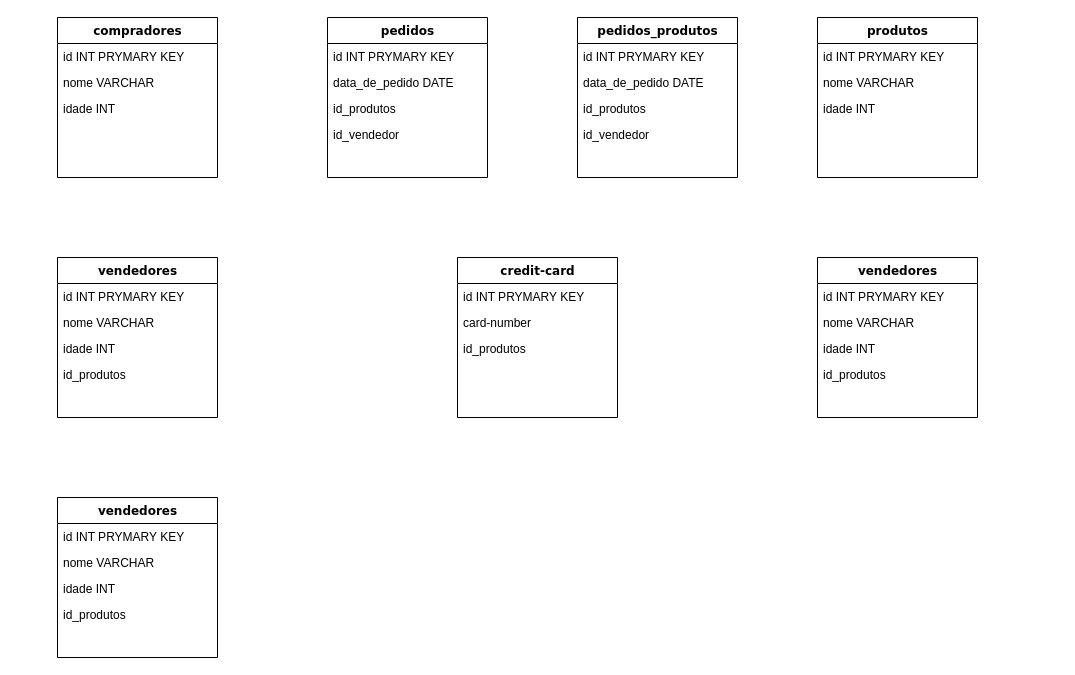
Above: Banco-de-dados.drawio in ryujoao/tdp-site (draw.io), before the change. Source tidied: cells renumbered, new cells numbered last; positions are measured from the earlier drawing's top-left corner, leaving out a move shared by most shapes. Both pictures are drawn from the tidied source at 100%, with x=0, y=0 at pixel (57, 17).
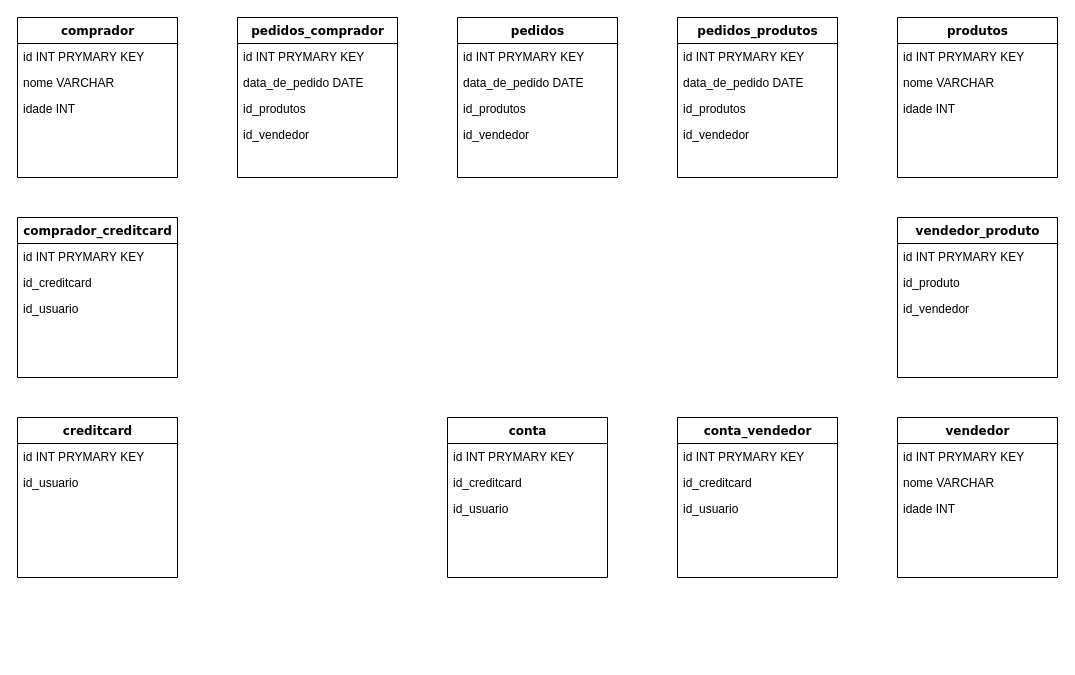
After the change.

Change to the diagram source:
```diff
@@
-    <mxCell id="2" value="compradores" style="swimlane;html=1;fontStyle=1;align=center;verticalAlign=top;horizontal=1;startSize=26;swimlaneFillColor=#ffffff;rounded=0;shadow=0;comic=0;labelBackgroundColor=none;strokeWidth=1;fillColor=none;fontFamily=Verdana;fontSize=12;" parent="1" vertex="1">
-      <mxGeometry width="160" height="160" as="geometry" />
+    <mxCell id="2" value="comprador" style="swimlane;html=1;fontStyle=1;align=center;verticalAlign=top;horizontal=1;startSize=26;swimlaneFillColor=#ffffff;rounded=0;shadow=0;comic=0;labelBackgroundColor=none;strokeWidth=1;fillColor=none;fontFamily=Verdana;fontSize=12;" parent="1" vertex="1">
+      <mxGeometry x="-40" width="160" height="160" as="geometry" />
     </mxCell>
@@
     <mxCell id="6" value="pedidos" style="swimlane;html=1;fontStyle=1;align=center;verticalAlign=top;horizontal=1;startSize=26;swimlaneFillColor=#ffffff;rounded=0;shadow=0;comic=0;labelBackgroundColor=none;strokeWidth=1;fillColor=none;fontFamily=Verdana;fontSize=12;" parent="1" vertex="1">
-      <mxGeometry x="270" width="160" height="160" as="geometry" />
+      <mxGeometry x="400" width="160" height="160" as="geometry" />
     </mxCell>
@@
-    <mxCell id="11" style="edgeStyle=orthogonalEdgeStyle;rounded=0;jettySize=auto;html=1;exitX=0.5;exitY=1;exitDx=0;exitDy=0;" parent="1" edge="1" source="12">
-      <mxGeometry relative="1" as="geometry">
-        <mxPoint x="839.6" y="160" as="targetPoint" />
-      </mxGeometry>
-    </mxCell>
     <mxCell id="12" value="produtos" style="swimlane;html=1;fontStyle=1;align=center;verticalAlign=top;horizontal=1;startSize=26;swimlaneFillColor=#ffffff;rounded=0;shadow=0;comic=0;labelBackgroundColor=none;strokeWidth=1;fillColor=none;fontFamily=Verdana;fontSize=12;" parent="1" vertex="1">
-      <mxGeometry x="760" width="160" height="160" as="geometry" />
+      <mxGeometry x="840" width="160" height="160" as="geometry" />
     </mxCell>
@@
-    <mxCell id="16" value="vendedores" style="swimlane;html=1;fontStyle=1;align=center;verticalAlign=top;horizontal=1;startSize=26;swimlaneFillColor=#ffffff;rounded=0;shadow=0;comic=0;labelBackgroundColor=none;strokeWidth=1;fillColor=none;fontFamily=Verdana;fontSize=12;" parent="1" vertex="1">
-      <mxGeometry y="240" width="160" height="160" as="geometry" />
-    </mxCell>
-    <mxCell id="17" value="id INT PRYMARY KEY" style="text;html=1;strokeColor=none;fillColor=none;align=left;verticalAlign=top;spacingLeft=4;spacingRight=4;whiteSpace=wrap;overflow=hidden;" parent="16" vertex="1">
-      <mxGeometry y="26" width="160" height="26" as="geometry" />
-    </mxCell>
-    <mxCell id="18" value="nome VARCHAR" style="text;html=1;strokeColor=none;fillColor=none;align=left;verticalAlign=top;spacingLeft=4;spacingRight=4;whiteSpace=wrap;overflow=hidden;" parent="16" vertex="1">
-      <mxGeometry y="52" width="160" height="26" as="geometry" />
-    </mxCell>
-    <mxCell id="19" value="idade INT" style="text;html=1;strokeColor=none;fillColor=none;align=left;verticalAlign=top;spacingLeft=4;spacingRight=4;whiteSpace=wrap;overflow=hidden;" parent="16" vertex="1">
-      <mxGeometry y="78" width="160" height="26" as="geometry" />
-    </mxCell>
-    <mxCell id="20" value="id_produtos&amp;nbsp;" style="text;html=1;strokeColor=none;fillColor=none;align=left;verticalAlign=top;spacingLeft=4;spacingRight=4;whiteSpace=wrap;overflow=hidden;" parent="16" vertex="1">
-      <mxGeometry y="104" width="160" height="26" as="geometry" />
-    </mxCell>
-    <mxCell id="21" value="credit-card" style="swimlane;html=1;fontStyle=1;align=center;verticalAlign=top;horizontal=1;startSize=26;swimlaneFillColor=#ffffff;rounded=0;shadow=0;comic=0;labelBackgroundColor=none;strokeWidth=1;fillColor=none;fontFamily=Verdana;fontSize=12;" parent="1" vertex="1">
-      <mxGeometry x="400" y="240" width="160" height="160" as="geometry" />
-    </mxCell>
-    <mxCell id="22" value="id INT PRYMARY KEY" style="text;html=1;strokeColor=none;fillColor=none;align=left;verticalAlign=top;spacingLeft=4;spacingRight=4;whiteSpace=wrap;overflow=hidden;" parent="21" vertex="1">
-      <mxGeometry y="26" width="160" height="26" as="geometry" />
-    </mxCell>
-    <mxCell id="23" value="card-number" style="text;html=1;strokeColor=none;fillColor=none;align=left;verticalAlign=top;spacingLeft=4;spacingRight=4;whiteSpace=wrap;overflow=hidden;" parent="21" vertex="1">
-      <mxGeometry y="52" width="160" height="26" as="geometry" />
-    </mxCell>
-    <mxCell id="24" value="id_produtos&amp;nbsp;" style="text;html=1;strokeColor=none;fillColor=none;align=left;verticalAlign=top;spacingLeft=4;spacingRight=4;whiteSpace=wrap;overflow=hidden;" parent="21" vertex="1">
-      <mxGeometry y="78" width="160" height="26" as="geometry" />
-    </mxCell>
-    <mxCell id="25" value="vendedores" style="swimlane;html=1;fontStyle=1;align=center;verticalAlign=top;horizontal=1;startSize=26;swimlaneFillColor=#ffffff;rounded=0;shadow=0;comic=0;labelBackgroundColor=none;strokeWidth=1;fillColor=none;fontFamily=Verdana;fontSize=12;" parent="1" vertex="1">
-      <mxGeometry x="760" y="240" width="160" height="160" as="geometry" />
-    </mxCell>
-    <mxCell id="26" value="id INT PRYMARY KEY" style="text;html=1;strokeColor=none;fillColor=none;align=left;verticalAlign=top;spacingLeft=4;spacingRight=4;whiteSpace=wrap;overflow=hidden;" parent="25" vertex="1">
-      <mxGeometry y="26" width="160" height="26" as="geometry" />
-    </mxCell>
-    <mxCell id="27" value="nome VARCHAR" style="text;html=1;strokeColor=none;fillColor=none;align=left;verticalAlign=top;spacingLeft=4;spacingRight=4;whiteSpace=wrap;overflow=hidden;" parent="25" vertex="1">
-      <mxGeometry y="52" width="160" height="26" as="geometry" />
-    </mxCell>
-    <mxCell id="28" value="idade INT" style="text;html=1;strokeColor=none;fillColor=none;align=left;verticalAlign=top;spacingLeft=4;spacingRight=4;whiteSpace=wrap;overflow=hidden;" parent="25" vertex="1">
-      <mxGeometry y="78" width="160" height="26" as="geometry" />
-    </mxCell>
-    <mxCell id="29" value="id_produtos&amp;nbsp;" style="text;html=1;strokeColor=none;fillColor=none;align=left;verticalAlign=top;spacingLeft=4;spacingRight=4;whiteSpace=wrap;overflow=hidden;" parent="25" vertex="1">
-      <mxGeometry y="104" width="160" height="26" as="geometry" />
-    </mxCell>
-    <mxCell id="30" value="vendedores" style="swimlane;html=1;fontStyle=1;align=center;verticalAlign=top;horizontal=1;startSize=26;swimlaneFillColor=#ffffff;rounded=0;shadow=0;comic=0;labelBackgroundColor=none;strokeWidth=1;fillColor=none;fontFamily=Verdana;fontSize=12;" parent="1" vertex="1">
-      <mxGeometry y="480" width="160" height="160" as="geometry" />
-    </mxCell>
-    <mxCell id="31" value="id INT PRYMARY KEY" style="text;html=1;strokeColor=none;fillColor=none;align=left;verticalAlign=top;spacingLeft=4;spacingRight=4;whiteSpace=wrap;overflow=hidden;" parent="30" vertex="1">
-      <mxGeometry y="26" width="160" height="26" as="geometry" />
-    </mxCell>
-    <mxCell id="32" value="nome VARCHAR" style="text;html=1;strokeColor=none;fillColor=none;align=left;verticalAlign=top;spacingLeft=4;spacingRight=4;whiteSpace=wrap;overflow=hidden;" parent="30" vertex="1">
-      <mxGeometry y="52" width="160" height="26" as="geometry" />
-    </mxCell>
-    <mxCell id="33" value="idade INT" style="text;html=1;strokeColor=none;fillColor=none;align=left;verticalAlign=top;spacingLeft=4;spacingRight=4;whiteSpace=wrap;overflow=hidden;" parent="30" vertex="1">
-      <mxGeometry y="78" width="160" height="26" as="geometry" />
-    </mxCell>
-    <mxCell id="34" value="id_produtos&amp;nbsp;" style="text;html=1;strokeColor=none;fillColor=none;align=left;verticalAlign=top;spacingLeft=4;spacingRight=4;whiteSpace=wrap;overflow=hidden;" parent="30" vertex="1">
-      <mxGeometry y="104" width="160" height="26" as="geometry" />
-    </mxCell>
     <mxCell id="35" value="pedidos_produtos" style="swimlane;html=1;fontStyle=1;align=center;verticalAlign=top;horizontal=1;startSize=26;swimlaneFillColor=#ffffff;rounded=0;shadow=0;comic=0;labelBackgroundColor=none;strokeWidth=1;fillColor=none;fontFamily=Verdana;fontSize=12;" parent="1" vertex="1">
-      <mxGeometry x="520" width="160" height="160" as="geometry" />
+      <mxGeometry x="620" width="160" height="160" as="geometry" />
     </mxCell>
@@
+    <mxCell id="40" value="pedidos_comprador" style="swimlane;html=1;fontStyle=1;align=center;verticalAlign=top;horizontal=1;startSize=26;swimlaneFillColor=#ffffff;rounded=0;shadow=0;comic=0;labelBackgroundColor=none;strokeWidth=1;fillColor=none;fontFamily=Verdana;fontSize=12;" parent="1" vertex="1">
+      <mxGeometry x="180" width="160" height="160" as="geometry" />
+    </mxCell>
+    <mxCell id="41" value="id INT PRYMARY KEY" style="text;html=1;strokeColor=none;fillColor=none;align=left;verticalAlign=top;spacingLeft=4;spacingRight=4;whiteSpace=wrap;overflow=hidden;" parent="40" vertex="1">
+      <mxGeometry y="26" width="160" height="26" as="geometry" />
+    </mxCell>
+    <mxCell id="42" value="data_de_pedido DATE" style="text;html=1;strokeColor=none;fillColor=none;align=left;verticalAlign=top;spacingLeft=4;spacingRight=4;whiteSpace=wrap;overflow=hidden;" parent="40" vertex="1">
+      <mxGeometry y="52" width="160" height="26" as="geometry" />
+    </mxCell>
+    <mxCell id="43" value="id_produtos" style="text;html=1;strokeColor=none;fillColor=none;align=left;verticalAlign=top;spacingLeft=4;spacingRight=4;whiteSpace=wrap;overflow=hidden;" parent="40" vertex="1">
+      <mxGeometry y="78" width="160" height="26" as="geometry" />
+    </mxCell>
+    <mxCell id="44" value="id_vendedor" style="text;html=1;strokeColor=none;fillColor=none;align=left;verticalAlign=top;spacingLeft=4;spacingRight=4;whiteSpace=wrap;overflow=hidden;" parent="40" vertex="1">
+      <mxGeometry y="104" width="160" height="26" as="geometry" />
+    </mxCell>
+    <mxCell id="45" value="vendedor" style="swimlane;html=1;fontStyle=1;align=center;verticalAlign=top;horizontal=1;startSize=26;swimlaneFillColor=#ffffff;rounded=0;shadow=0;comic=0;labelBackgroundColor=none;strokeWidth=1;fillColor=none;fontFamily=Verdana;fontSize=12;" parent="1" vertex="1">
+      <mxGeometry x="840" y="400" width="160" height="160" as="geometry" />
+    </mxCell>
+    <mxCell id="46" value="id INT PRYMARY KEY" style="text;html=1;strokeColor=none;fillColor=none;align=left;verticalAlign=top;spacingLeft=4;spacingRight=4;whiteSpace=wrap;overflow=hidden;" parent="45" vertex="1">
+      <mxGeometry y="26" width="160" height="26" as="geometry" />
+    </mxCell>
+    <mxCell id="47" value="nome VARCHAR" style="text;html=1;strokeColor=none;fillColor=none;align=left;verticalAlign=top;spacingLeft=4;spacingRight=4;whiteSpace=wrap;overflow=hidden;" parent="45" vertex="1">
+      <mxGeometry y="52" width="160" height="26" as="geometry" />
+    </mxCell>
+    <mxCell id="48" value="idade INT" style="text;html=1;strokeColor=none;fillColor=none;align=left;verticalAlign=top;spacingLeft=4;spacingRight=4;whiteSpace=wrap;overflow=hidden;" parent="45" vertex="1">
+      <mxGeometry y="78" width="160" height="26" as="geometry" />
+    </mxCell>
+    <mxCell id="49" value="vendedor_produto" style="swimlane;html=1;fontStyle=1;align=center;verticalAlign=top;horizontal=1;startSize=26;swimlaneFillColor=#ffffff;rounded=0;shadow=0;comic=0;labelBackgroundColor=none;strokeWidth=1;fillColor=none;fontFamily=Verdana;fontSize=12;" parent="1" vertex="1">
+      <mxGeometry x="840" y="200" width="160" height="160" as="geometry" />
+    </mxCell>
+    <mxCell id="50" value="id INT PRYMARY KEY" style="text;html=1;strokeColor=none;fillColor=none;align=left;verticalAlign=top;spacingLeft=4;spacingRight=4;whiteSpace=wrap;overflow=hidden;" parent="49" vertex="1">
+      <mxGeometry y="26" width="160" height="26" as="geometry" />
+    </mxCell>
+    <mxCell id="51" value="id_produto" style="text;html=1;strokeColor=none;fillColor=none;align=left;verticalAlign=top;spacingLeft=4;spacingRight=4;whiteSpace=wrap;overflow=hidden;" parent="49" vertex="1">
+      <mxGeometry y="52" width="160" height="26" as="geometry" />
+    </mxCell>
+    <mxCell id="52" value="id_vendedor" style="text;html=1;strokeColor=none;fillColor=none;align=left;verticalAlign=top;spacingLeft=4;spacingRight=4;whiteSpace=wrap;overflow=hidden;" parent="49" vertex="1">
+      <mxGeometry y="78" width="160" height="26" as="geometry" />
+    </mxCell>
+    <mxCell id="53" value="creditcard" style="swimlane;html=1;fontStyle=1;align=center;verticalAlign=top;horizontal=1;startSize=26;swimlaneFillColor=#ffffff;rounded=0;shadow=0;comic=0;labelBackgroundColor=none;strokeWidth=1;fillColor=none;fontFamily=Verdana;fontSize=12;" parent="1" vertex="1">
+      <mxGeometry x="-40" y="400" width="160" height="160" as="geometry" />
+    </mxCell>
+    <mxCell id="54" value="id INT PRYMARY KEY" style="text;html=1;strokeColor=none;fillColor=none;align=left;verticalAlign=top;spacingLeft=4;spacingRight=4;whiteSpace=wrap;overflow=hidden;" parent="53" vertex="1">
+      <mxGeometry y="26" width="160" height="26" as="geometry" />
+    </mxCell>
+    <mxCell id="55" value="id_usuario" style="text;html=1;strokeColor=none;fillColor=none;align=left;verticalAlign=top;spacingLeft=4;spacingRight=4;whiteSpace=wrap;overflow=hidden;" parent="53" vertex="1">
+      <mxGeometry y="52" width="160" height="26" as="geometry" />
+    </mxCell>
+    <mxCell id="56" value="comprador_creditcard" style="swimlane;html=1;fontStyle=1;align=center;verticalAlign=top;horizontal=1;startSize=26;swimlaneFillColor=#ffffff;rounded=0;shadow=0;comic=0;labelBackgroundColor=none;strokeWidth=1;fillColor=none;fontFamily=Verdana;fontSize=12;" parent="1" vertex="1">
+      <mxGeometry x="-40" y="200" width="160" height="160" as="geometry" />
+    </mxCell>
+    <mxCell id="57" value="id INT PRYMARY KEY" style="text;html=1;strokeColor=none;fillColor=none;align=left;verticalAlign=top;spacingLeft=4;spacingRight=4;whiteSpace=wrap;overflow=hidden;" parent="56" vertex="1">
+      <mxGeometry y="26" width="160" height="26" as="geometry" />
+    </mxCell>
+    <mxCell id="58" value="id_creditcard" style="text;html=1;strokeColor=none;fillColor=none;align=left;verticalAlign=top;spacingLeft=4;spacingRight=4;whiteSpace=wrap;overflow=hidden;" parent="56" vertex="1">
+      <mxGeometry y="52" width="160" height="26" as="geometry" />
+    </mxCell>
+    <mxCell id="59" value="id_usuario" style="text;html=1;strokeColor=none;fillColor=none;align=left;verticalAlign=top;spacingLeft=4;spacingRight=4;whiteSpace=wrap;overflow=hidden;" parent="56" vertex="1">
+      <mxGeometry y="78" width="160" height="26" as="geometry" />
+    </mxCell>
+    <mxCell id="60" value="conta" style="swimlane;html=1;fontStyle=1;align=center;verticalAlign=top;horizontal=1;startSize=26;swimlaneFillColor=#ffffff;rounded=0;shadow=0;comic=0;labelBackgroundColor=none;strokeWidth=1;fillColor=none;fontFamily=Verdana;fontSize=12;" parent="1" vertex="1">
+      <mxGeometry x="390" y="400" width="160" height="160" as="geometry" />
+    </mxCell>
+    <mxCell id="61" value="id INT PRYMARY KEY" style="text;html=1;strokeColor=none;fillColor=none;align=left;verticalAlign=top;spacingLeft=4;spacingRight=4;whiteSpace=wrap;overflow=hidden;" parent="60" vertex="1">
+      <mxGeometry y="26" width="160" height="26" as="geometry" />
+    </mxCell>
+    <mxCell id="62" value="id_creditcard" style="text;html=1;strokeColor=none;fillColor=none;align=left;verticalAlign=top;spacingLeft=4;spacingRight=4;whiteSpace=wrap;overflow=hidden;" parent="60" vertex="1">
+      <mxGeometry y="52" width="160" height="26" as="geometry" />
+    </mxCell>
+    <mxCell id="63" value="id_usuario" style="text;html=1;strokeColor=none;fillColor=none;align=left;verticalAlign=top;spacingLeft=4;spacingRight=4;whiteSpace=wrap;overflow=hidden;" parent="60" vertex="1">
+      <mxGeometry y="78" width="160" height="26" as="geometry" />
+    </mxCell>
+    <mxCell id="64" value="conta_vendedor" style="swimlane;html=1;fontStyle=1;align=center;verticalAlign=top;horizontal=1;startSize=26;swimlaneFillColor=#ffffff;rounded=0;shadow=0;comic=0;labelBackgroundColor=none;strokeWidth=1;fillColor=none;fontFamily=Verdana;fontSize=12;" parent="1" vertex="1">
+      <mxGeometry x="620" y="400" width="160" height="160" as="geometry" />
+    </mxCell>
+    <mxCell id="65" value="id INT PRYMARY KEY" style="text;html=1;strokeColor=none;fillColor=none;align=left;verticalAlign=top;spacingLeft=4;spacingRight=4;whiteSpace=wrap;overflow=hidden;" parent="64" vertex="1">
+      <mxGeometry y="26" width="160" height="26" as="geometry" />
+    </mxCell>
+    <mxCell id="66" value="id_creditcard" style="text;html=1;strokeColor=none;fillColor=none;align=left;verticalAlign=top;spacingLeft=4;spacingRight=4;whiteSpace=wrap;overflow=hidden;" parent="64" vertex="1">
+      <mxGeometry y="52" width="160" height="26" as="geometry" />
+    </mxCell>
+    <mxCell id="67" value="id_usuario" style="text;html=1;strokeColor=none;fillColor=none;align=left;verticalAlign=top;spacingLeft=4;spacingRight=4;whiteSpace=wrap;overflow=hidden;" parent="64" vertex="1">
+      <mxGeometry y="78" width="160" height="26" as="geometry" />
+    </mxCell>
```
